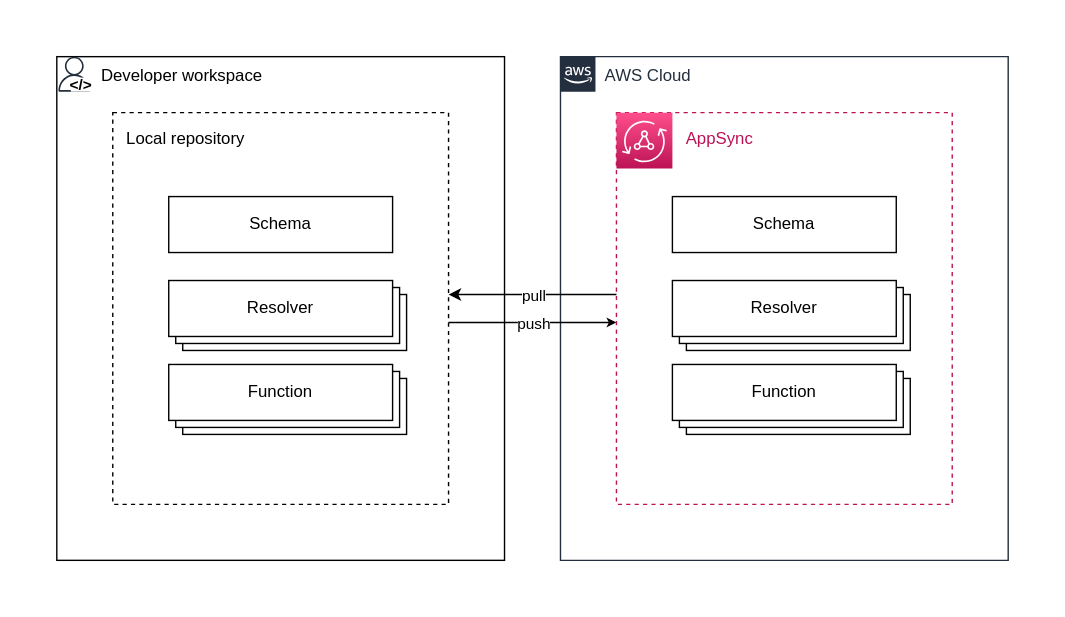
Aton-Kish/syncup keeps this draw.io diagram as docs/images/concept.drawio.svg. Above is the earlier version. Source tidied: cells renumbered, new cells last; positions are measured from the earlier drawing's top-left corner, leaving out a move shared by most shapes. Source of this version:
```xml
<mxGraphModel>
  <root>
    <mxCell id="0" />
    <mxCell id="1" parent="0" />
    <mxCell id="2" style="rounded=0;whiteSpace=wrap;html=1;strokeColor=none;fontColor=default;fillColor=default;" parent="1" vertex="1">
      <mxGeometry width="760" height="440" as="geometry" />
    </mxCell>
    <mxCell id="3" value="Developer workspace" style="fillColor=none;strokeColor=default;verticalAlign=top;fontStyle=0;fontColor=default;align=left;spacingLeft=30;spacing=2;" parent="1" vertex="1">
      <mxGeometry x="40" y="40" width="320" height="360" as="geometry" />
    </mxCell>
    <mxCell id="4" value="Local repository" style="fillColor=none;strokeColor=default;dashed=1;verticalAlign=top;fontStyle=0;fontColor=default;align=left;spacingLeft=3;spacing=7;" parent="1" vertex="1">
      <mxGeometry x="80" y="80" width="240" height="280" as="geometry" />
    </mxCell>
    <mxCell id="5" style="sketch=0;fontColor=#232F3E;gradientColor=none;fillColor=#232F3D;strokeColor=none;dashed=0;verticalLabelPosition=bottom;verticalAlign=top;align=center;html=1;fontSize=12;fontStyle=0;shape=mxgraph.aws4.user;" parent="1" vertex="1">
      <mxGeometry x="40" y="40" width="25" height="25" as="geometry" />
    </mxCell>
    <mxCell id="6" value="AWS Cloud" style="gradientColor=none;html=1;whiteSpace=wrap;fontSize=12;fontStyle=0;shape=mxgraph.aws4.group;grIcon=mxgraph.aws4.group_aws_cloud_alt;strokeColor=#232F3E;fillColor=none;verticalAlign=top;align=left;spacingLeft=30;fontColor=#232F3E;dashed=0;" parent="1" vertex="1">
      <mxGeometry x="400" y="40" width="320" height="360" as="geometry" />
    </mxCell>
    <mxCell id="7" style="endArrow=classic;html=1;fontColor=default;endSize=4;fillColor=default;" parent="6" edge="1">
      <mxGeometry relative="1" as="geometry">
        <mxPoint x="-80" y="190" as="sourcePoint" />
        <mxPoint x="40" y="190" as="targetPoint" />
      </mxGeometry>
    </mxCell>
    <mxCell id="8" value="push" style="edgeLabel;html=1;align=center;verticalAlign=middle;fontColor=default;" parent="7" vertex="1">
      <mxGeometry x="0.23" y="-2" relative="1" as="geometry">
        <mxPoint x="-14" y="-2" as="offset" />
      </mxGeometry>
    </mxCell>
    <mxCell id="9" style="endArrow=none;html=1;fontColor=default;endSize=4;fillColor=default;startArrow=classic;startFill=1;endFill=0;" parent="6" edge="1">
      <mxGeometry relative="1" as="geometry">
        <mxPoint x="-80" y="170" as="sourcePoint" />
        <mxPoint x="40" y="170" as="targetPoint" />
      </mxGeometry>
    </mxCell>
    <mxCell id="10" value="pull" style="edgeLabel;html=1;align=center;verticalAlign=middle;fontColor=default;" parent="9" vertex="1">
      <mxGeometry x="0.23" y="-2" relative="1" as="geometry">
        <mxPoint x="-14" y="-2" as="offset" />
      </mxGeometry>
    </mxCell>
    <mxCell id="11" value="AppSync" style="fillColor=none;strokeColor=#BC1356;dashed=1;verticalAlign=top;fontStyle=0;fontColor=#BC1356;align=left;spacingLeft=43;spacing=7;" parent="1" vertex="1">
      <mxGeometry x="440" y="80" width="240" height="280" as="geometry" />
    </mxCell>
    <mxCell id="12" style="sketch=0;fontColor=#232F3E;gradientColor=#FF4F8B;gradientDirection=north;fillColor=#BC1356;strokeColor=#ffffff;dashed=0;verticalLabelPosition=bottom;verticalAlign=top;align=center;html=1;fontSize=12;fontStyle=0;shape=mxgraph.aws4.resourceIcon;resIcon=mxgraph.aws4.appsync;" parent="1" vertex="1">
      <mxGeometry x="440" y="80" width="40" height="40" as="geometry" />
    </mxCell>
    <mxCell id="13" value="Schema" style="rounded=0;whiteSpace=wrap;html=1;strokeColor=#000000;fontColor=default;fillColor=default;" parent="1" vertex="1">
      <mxGeometry x="480" y="140" width="160" height="40" as="geometry" />
    </mxCell>
    <mxCell id="14" value="Resolver" style="rounded=0;whiteSpace=wrap;html=1;strokeColor=#000000;fontColor=default;fillColor=default;" parent="1" vertex="1">
      <mxGeometry x="490" y="210" width="160" height="40" as="geometry" />
    </mxCell>
    <mxCell id="15" value="Resolver" style="rounded=0;whiteSpace=wrap;html=1;strokeColor=#000000;fontColor=default;fillColor=default;" parent="1" vertex="1">
      <mxGeometry x="485" y="205" width="160" height="40" as="geometry" />
    </mxCell>
    <mxCell id="16" value="Resolver" style="rounded=0;whiteSpace=wrap;html=1;strokeColor=#000000;fontColor=default;fillColor=default;" parent="1" vertex="1">
      <mxGeometry x="480" y="200" width="160" height="40" as="geometry" />
    </mxCell>
    <mxCell id="17" value="Function" style="rounded=0;whiteSpace=wrap;html=1;strokeColor=#000000;fontColor=default;fillColor=default;" parent="1" vertex="1">
      <mxGeometry x="490" y="270" width="160" height="40" as="geometry" />
    </mxCell>
    <mxCell id="18" value="Function" style="rounded=0;whiteSpace=wrap;html=1;strokeColor=#000000;fontColor=default;fillColor=default;" parent="1" vertex="1">
      <mxGeometry x="485" y="265" width="160" height="40" as="geometry" />
    </mxCell>
    <mxCell id="19" value="Function" style="rounded=0;whiteSpace=wrap;html=1;strokeColor=#000000;fontColor=default;fillColor=default;" parent="1" vertex="1">
      <mxGeometry x="480" y="260" width="160" height="40" as="geometry" />
    </mxCell>
    <mxCell id="20" value="Schema" style="rounded=0;whiteSpace=wrap;html=1;strokeColor=#000000;fontColor=default;fillColor=default;" parent="1" vertex="1">
      <mxGeometry x="120" y="140" width="160" height="40" as="geometry" />
    </mxCell>
    <mxCell id="21" value="Resolver" style="rounded=0;whiteSpace=wrap;html=1;strokeColor=#000000;fontColor=default;fillColor=default;" parent="1" vertex="1">
      <mxGeometry x="130" y="210" width="160" height="40" as="geometry" />
    </mxCell>
    <mxCell id="22" value="Resolver" style="rounded=0;whiteSpace=wrap;html=1;strokeColor=#000000;fontColor=default;fillColor=default;" parent="1" vertex="1">
      <mxGeometry x="125" y="205" width="160" height="40" as="geometry" />
    </mxCell>
    <mxCell id="23" value="Resolver" style="rounded=0;whiteSpace=wrap;html=1;strokeColor=#000000;fontColor=default;fillColor=default;" parent="1" vertex="1">
      <mxGeometry x="120" y="200" width="160" height="40" as="geometry" />
    </mxCell>
    <mxCell id="24" value="Function" style="rounded=0;whiteSpace=wrap;html=1;strokeColor=#000000;fontColor=default;fillColor=default;" parent="1" vertex="1">
      <mxGeometry x="130" y="270" width="160" height="40" as="geometry" />
    </mxCell>
    <mxCell id="25" value="Function" style="rounded=0;whiteSpace=wrap;html=1;strokeColor=#000000;fontColor=default;fillColor=default;" parent="1" vertex="1">
      <mxGeometry x="125" y="265" width="160" height="40" as="geometry" />
    </mxCell>
    <mxCell id="26" value="Function" style="rounded=0;whiteSpace=wrap;html=1;strokeColor=#000000;fontColor=default;fillColor=default;" parent="1" vertex="1">
      <mxGeometry x="120" y="260" width="160" height="40" as="geometry" />
    </mxCell>
    <mxCell id="27" value="&lt;b style=&quot;font-size: 11px;&quot;&gt;&amp;lt;/&amp;gt;&lt;/b&gt;" style="text;html=1;strokeColor=none;fillColor=default;align=center;verticalAlign=middle;whiteSpace=wrap;rounded=0;fontColor=default;fontSize=11;" parent="1" vertex="1">
      <mxGeometry x="50" y="55" width="15" height="10" as="geometry" />
    </mxCell>
  </root>
</mxGraphModel>
```
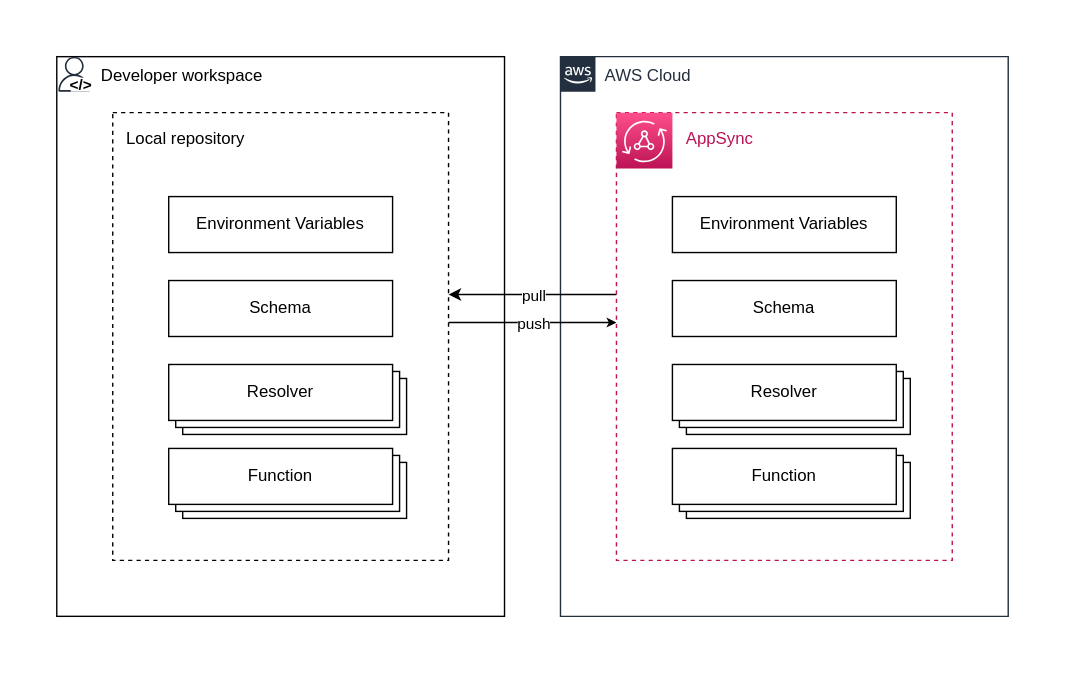
The same file after the commit.

What changed in the source:
```diff
@@ -3,19 +3,19 @@
     <mxCell id="0" />
     <mxCell id="1" parent="0" />
     <mxCell id="2" style="rounded=0;whiteSpace=wrap;html=1;strokeColor=none;fontColor=default;fillColor=default;" parent="1" vertex="1">
-      <mxGeometry width="760" height="440" as="geometry" />
+      <mxGeometry y="-60" width="760" height="480" as="geometry" />
     </mxCell>
     <mxCell id="3" value="Developer workspace" style="fillColor=none;strokeColor=default;verticalAlign=top;fontStyle=0;fontColor=default;align=left;spacingLeft=30;spacing=2;" parent="1" vertex="1">
-      <mxGeometry x="40" y="40" width="320" height="360" as="geometry" />
+      <mxGeometry x="40" y="-20" width="320" height="400" as="geometry" />
     </mxCell>
     <mxCell id="4" value="Local repository" style="fillColor=none;strokeColor=default;dashed=1;verticalAlign=top;fontStyle=0;fontColor=default;align=left;spacingLeft=3;spacing=7;" parent="1" vertex="1">
-      <mxGeometry x="80" y="80" width="240" height="280" as="geometry" />
+      <mxGeometry x="80" y="20" width="240" height="320" as="geometry" />
     </mxCell>
     <mxCell id="5" style="sketch=0;fontColor=#232F3E;gradientColor=none;fillColor=#232F3D;strokeColor=none;dashed=0;verticalLabelPosition=bottom;verticalAlign=top;align=center;html=1;fontSize=12;fontStyle=0;shape=mxgraph.aws4.user;" parent="1" vertex="1">
-      <mxGeometry x="40" y="40" width="25" height="25" as="geometry" />
+      <mxGeometry x="40" y="-20" width="25" height="25" as="geometry" />
     </mxCell>
     <mxCell id="6" value="AWS Cloud" style="gradientColor=none;html=1;whiteSpace=wrap;fontSize=12;fontStyle=0;shape=mxgraph.aws4.group;grIcon=mxgraph.aws4.group_aws_cloud_alt;strokeColor=#232F3E;fillColor=none;verticalAlign=top;align=left;spacingLeft=30;fontColor=#232F3E;dashed=0;" parent="1" vertex="1">
-      <mxGeometry x="400" y="40" width="320" height="360" as="geometry" />
+      <mxGeometry x="400" y="-20" width="320" height="400" as="geometry" />
     </mxCell>
     <mxCell id="7" style="endArrow=classic;html=1;fontColor=default;endSize=4;fillColor=default;" parent="6" edge="1">
       <mxGeometry relative="1" as="geometry">
@@ -40,10 +40,10 @@
       </mxGeometry>
     </mxCell>
     <mxCell id="11" value="AppSync" style="fillColor=none;strokeColor=#BC1356;dashed=1;verticalAlign=top;fontStyle=0;fontColor=#BC1356;align=left;spacingLeft=43;spacing=7;" parent="1" vertex="1">
-      <mxGeometry x="440" y="80" width="240" height="280" as="geometry" />
+      <mxGeometry x="440" y="20" width="240" height="320" as="geometry" />
     </mxCell>
     <mxCell id="12" style="sketch=0;fontColor=#232F3E;gradientColor=#FF4F8B;gradientDirection=north;fillColor=#BC1356;strokeColor=#ffffff;dashed=0;verticalLabelPosition=bottom;verticalAlign=top;align=center;html=1;fontSize=12;fontStyle=0;shape=mxgraph.aws4.resourceIcon;resIcon=mxgraph.aws4.appsync;" parent="1" vertex="1">
-      <mxGeometry x="440" y="80" width="40" height="40" as="geometry" />
+      <mxGeometry x="440" y="20" width="40" height="40" as="geometry" />
     </mxCell>
     <mxCell id="13" value="Schema" style="rounded=0;whiteSpace=wrap;html=1;strokeColor=#000000;fontColor=default;fillColor=default;" parent="1" vertex="1">
       <mxGeometry x="480" y="140" width="160" height="40" as="geometry" />
@@ -88,7 +88,13 @@
       <mxGeometry x="120" y="260" width="160" height="40" as="geometry" />
     </mxCell>
     <mxCell id="27" value="&lt;b style=&quot;font-size: 11px;&quot;&gt;&amp;lt;/&amp;gt;&lt;/b&gt;" style="text;html=1;strokeColor=none;fillColor=default;align=center;verticalAlign=middle;whiteSpace=wrap;rounded=0;fontColor=default;fontSize=11;" parent="1" vertex="1">
-      <mxGeometry x="50" y="55" width="15" height="10" as="geometry" />
+      <mxGeometry x="50" y="-5" width="15" height="10" as="geometry" />
     </mxCell>
+    <mxCell id="28" value="Environment Variables" style="rounded=0;whiteSpace=wrap;html=1;strokeColor=#000000;fontColor=default;fillColor=default;" parent="1" vertex="1">
+      <mxGeometry x="480" y="80" width="160" height="40" as="geometry" />
+    </mxCell>
+    <mxCell id="29" value="Environment Variables" style="rounded=0;whiteSpace=wrap;html=1;strokeColor=#000000;fontColor=default;fillColor=default;" parent="1" vertex="1">
+      <mxGeometry x="120" y="80" width="160" height="40" as="geometry" />
+    </mxCell>
   </root>
 </mxGraphModel>
```
